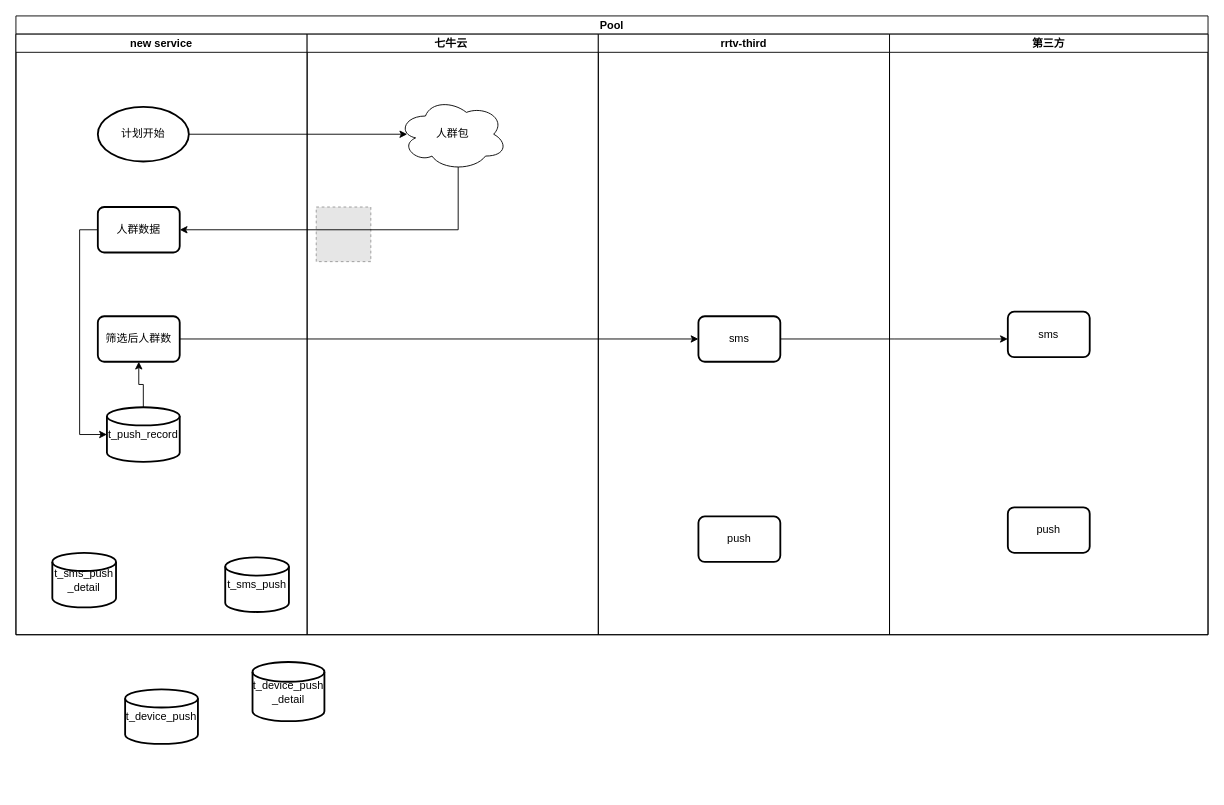
Earlier version of the draw.io diagram sms&push.drawio (songmulin/rr-business). Source tidied: cells renumbered, new cells numbered last; positions are measured from the earlier drawing's top-left corner, leaving out a move shared by most shapes. Both pictures are drawn from the tidied source at 91%, with x=0, y=0 at pixel (15, 15). Pictures stored in the file or linked from it are replaced by grey dashed boxes.
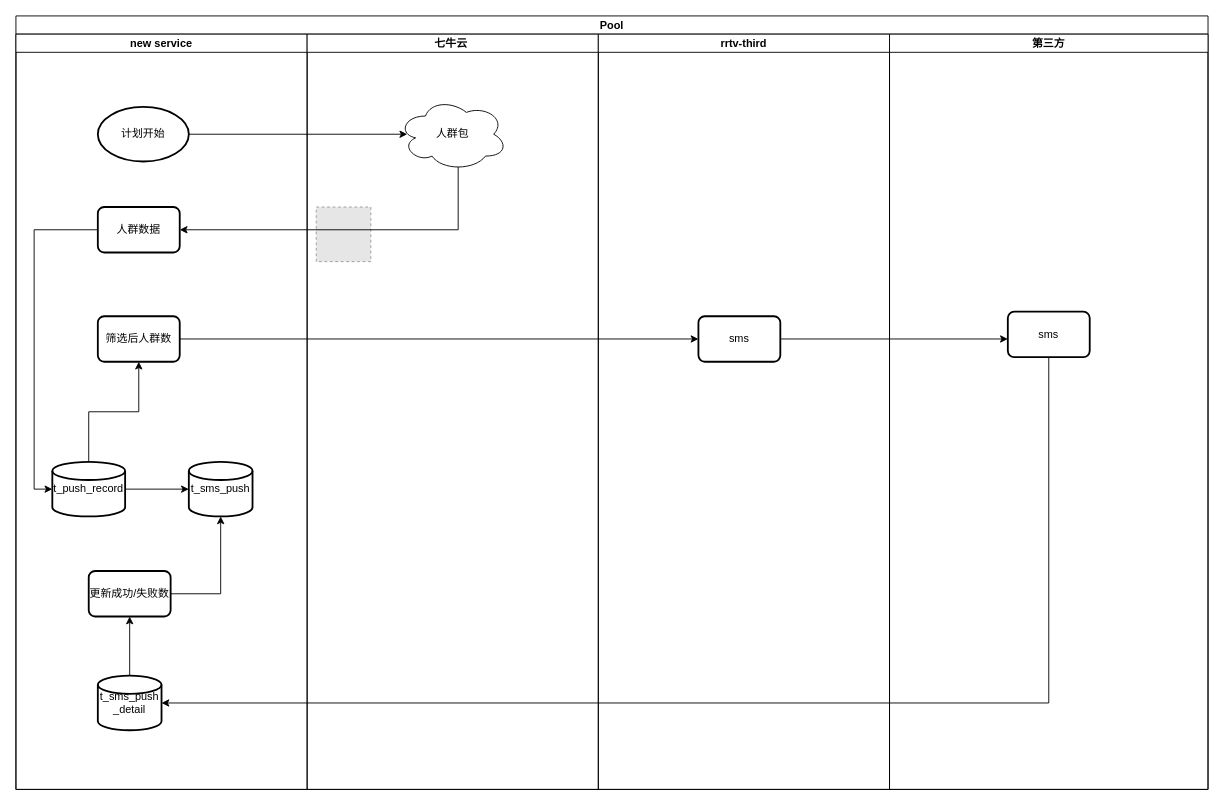
Above is the later version.

Unchanged cells that the change refers to:
```xml
<mxCell id="11" value="筛选后人群数" style="rounded=1;whiteSpace=wrap;html=1;absoluteArcSize=1;arcSize=14;strokeWidth=2;shadow=0;sketch=0;gradientColor=none;" parent="3" vertex="1">
  <mxGeometry x="90" y="310" width="90" height="50" as="geometry" />
</mxCell>
<mxCell id="19" value="sms" style="rounded=1;whiteSpace=wrap;html=1;absoluteArcSize=1;arcSize=14;strokeWidth=2;shadow=0;sketch=0;gradientColor=none;" parent="18" vertex="1">
  <mxGeometry x="130" y="305" width="90" height="50" as="geometry" />
</mxCell>
```

Diff of the diagram source:
```diff
@@
     <mxCell id="2" value="Pool" style="swimlane;startSize=20;rounded=0;shadow=0;sketch=0;" parent="1" vertex="1">
-      <mxGeometry width="1310" height="680" as="geometry" />
+      <mxGeometry width="1310" height="850" as="geometry" />
     </mxCell>
+    <mxCell id="27" style="edgeStyle=orthogonalEdgeStyle;rounded=0;jettySize=auto;html=1;entryX=1;entryY=0.5;entryDx=0;entryDy=0;entryPerimeter=0;shadow=0;strokeColor=default;exitX=0.5;exitY=1;exitDx=0;exitDy=0;" parent="2" edge="1" source="19" target="6">
+      <mxGeometry relative="1" as="geometry" />
+    </mxCell>
     <mxCell id="3" value="new service" style="swimlane;startSize=20;rounded=0;shadow=0;sketch=0;" parent="2" vertex="1">
-      <mxGeometry y="20" width="320" height="660" as="geometry" />
+      <mxGeometry y="20" width="320" height="830" as="geometry" />
     </mxCell>
@@
-    <mxCell id="5" value="t_sms_push" style="strokeWidth=2;html=1;shape=mxgraph.flowchart.database;whiteSpace=wrap;rounded=0;shadow=0;sketch=0;gradientColor=none;" parent="3" vertex="1">
-      <mxGeometry x="230" y="575" width="70" height="60" as="geometry" />
-    </mxCell>
+    <mxCell id="28" style="edgeStyle=orthogonalEdgeStyle;rounded=0;jettySize=auto;html=1;entryX=0.5;entryY=1;entryDx=0;entryDy=0;shadow=0;strokeColor=default;" parent="3" edge="1" source="6" target="31">
+      <mxGeometry relative="1" as="geometry" />
+    </mxCell>
     <mxCell id="6" value="t_sms_push&lt;br&gt;_detail" style="strokeWidth=2;html=1;shape=mxgraph.flowchart.database;whiteSpace=wrap;rounded=0;shadow=0;sketch=0;gradientColor=none;align=center;" parent="3" vertex="1">
-      <mxGeometry x="40" y="570" width="70" height="60" as="geometry" />
+      <mxGeometry x="90" y="705" width="70" height="60" as="geometry" />
     </mxCell>
+    <mxCell id="29" style="edgeStyle=orthogonalEdgeStyle;rounded=0;jettySize=auto;html=1;entryX=0;entryY=0.5;entryDx=0;entryDy=0;entryPerimeter=0;shadow=0;strokeColor=default;" parent="3" edge="1" source="8" target="5">
+      <mxGeometry relative="1" as="geometry" />
+    </mxCell>
-    <mxCell id="7" style="edgeStyle=orthogonalEdgeStyle;rounded=0;jettySize=auto;html=1;shadow=0;strokeColor=default;entryX=0.5;entryY=1;entryDx=0;entryDy=0;" parent="3" edge="1" source="8" target="11">
+    <mxCell id="7" style="edgeStyle=orthogonalEdgeStyle;rounded=0;jettySize=auto;html=1;shadow=0;strokeColor=default;" parent="3" edge="1" source="8" target="11">
       <mxGeometry relative="1" as="geometry" />
     </mxCell>
     <mxCell id="8" value="t_push_record" style="strokeWidth=2;html=1;shape=mxgraph.flowchart.database;whiteSpace=wrap;rounded=0;shadow=0;sketch=0;gradientColor=none;" parent="3" vertex="1">
-      <mxGeometry x="100" y="410" width="80" height="60" as="geometry" />
+      <mxGeometry x="40" y="470" width="80" height="60" as="geometry" />
     </mxCell>
@@
+    <mxCell id="5" value="t_sms_push" style="strokeWidth=2;html=1;shape=mxgraph.flowchart.database;whiteSpace=wrap;rounded=0;shadow=0;sketch=0;gradientColor=none;" parent="3" vertex="1">
+      <mxGeometry x="190" y="470" width="70" height="60" as="geometry" />
+    </mxCell>
+    <mxCell id="30" style="edgeStyle=orthogonalEdgeStyle;rounded=0;jettySize=auto;html=1;entryX=0.5;entryY=1;entryDx=0;entryDy=0;entryPerimeter=0;shadow=0;strokeColor=default;" parent="3" edge="1" source="31" target="5">
+      <mxGeometry relative="1" as="geometry" />
+    </mxCell>
+    <mxCell id="31" value="更新成功/失败数" style="rounded=1;whiteSpace=wrap;html=1;absoluteArcSize=1;arcSize=14;strokeWidth=2;shadow=0;sketch=0;gradientColor=none;" parent="3" vertex="1">
+      <mxGeometry x="80" y="590" width="90" height="50" as="geometry" />
+    </mxCell>
     <mxCell id="12" value="七牛云 " style="swimlane;startSize=20;rounded=0;shadow=0;sketch=0;" parent="2" vertex="1">
-      <mxGeometry x="320" y="20" width="320" height="660" as="geometry" />
+      <mxGeometry x="320" y="20" width="320" height="830" as="geometry" />
     </mxCell>
@@
     <mxCell id="15" value="rrtv-third" style="swimlane;startSize=20;rounded=0;shadow=0;sketch=0;swimlaneFillColor=none;gradientColor=none;" parent="2" vertex="1">
-      <mxGeometry x="640" y="20" width="320" height="660" as="geometry" />
+      <mxGeometry x="640" y="20" width="320" height="830" as="geometry" />
     </mxCell>
@@
-    <mxCell id="17" value="push" style="rounded=1;whiteSpace=wrap;html=1;absoluteArcSize=1;arcSize=14;strokeWidth=2;shadow=0;sketch=0;gradientColor=none;" parent="15" vertex="1">
-      <mxGeometry x="110" y="530" width="90" height="50" as="geometry" />
-    </mxCell>
     <mxCell id="18" value="第三方" style="swimlane;startSize=20;rounded=0;shadow=0;sketch=0;swimlaneFillColor=none;gradientColor=none;" parent="2" vertex="1">
-      <mxGeometry x="960" y="20" width="350" height="660" as="geometry" />
+      <mxGeometry x="960" y="20" width="350" height="830" as="geometry" />
     </mxCell>
@@
-    <mxCell id="20" value="push" style="rounded=1;whiteSpace=wrap;html=1;absoluteArcSize=1;arcSize=14;strokeWidth=2;shadow=0;sketch=0;gradientColor=none;" parent="18" vertex="1">
-      <mxGeometry x="130" y="520" width="90" height="50" as="geometry" />
-    </mxCell>
@@
-    <mxCell id="25" value="t_device_push" style="strokeWidth=2;html=1;shape=mxgraph.flowchart.database;whiteSpace=wrap;rounded=0;shadow=0;sketch=0;gradientColor=none;" parent="1" vertex="1">
-      <mxGeometry x="120" y="740" width="80" height="60" as="geometry" />
-    </mxCell>
-    <mxCell id="26" value="t_device_push&lt;br&gt;_detail" style="strokeWidth=2;html=1;shape=mxgraph.flowchart.database;whiteSpace=wrap;rounded=0;shadow=0;sketch=0;gradientColor=none;" parent="1" vertex="1">
-      <mxGeometry x="260" y="710" width="79" height="65" as="geometry" />
-    </mxCell>
```
